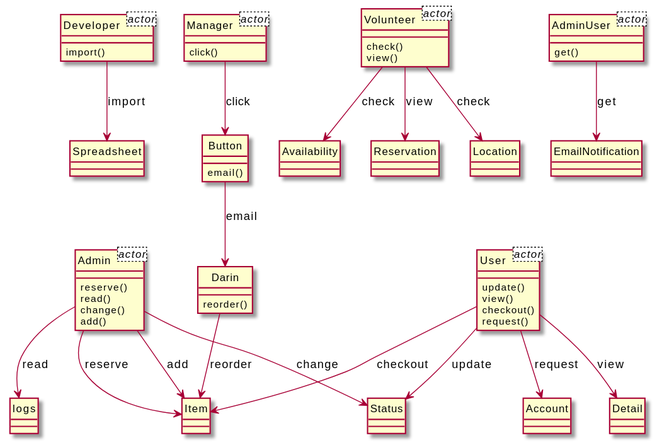
The PlantUML diagram output/diagram_5/2017-USC-Project02.svg in xixixhalu/DomainModelExtractor, before a commit.
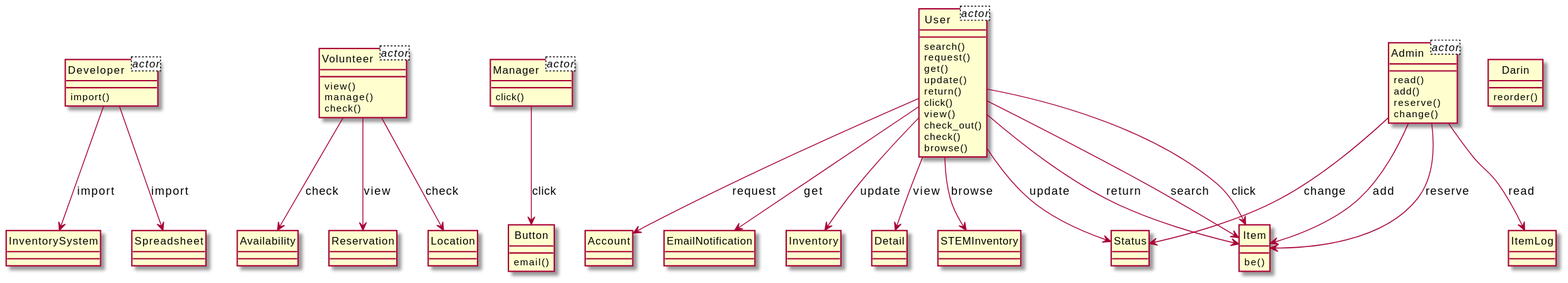
After the commit.

The edit, as a diff of the source:
```diff
@@ -1,8 +1,6 @@
 @startuml
 hide circle
 class Developer<actor> {
-}
-class Admin<actor> {
 }
 class Volunteer<actor> {
 }
@@ -10,31 +8,41 @@
 }
 class User<actor> {
 }
-class AdminUser<actor> {
+class Admin<actor> {
 }
-class Developer {
-	import()
+class User {
+	search()
+	request()
+	get()
+	update()
+	return()
+	click()
+	view()
+	check_out()
+	check()
+	browse()
 }
-class Spreadsheet {
+class STEMInventory {
+}
+class Admin {
+	read()
+	add()
+	reserve()
+	change()
+}
+class Item {
+	be()
 }
 class Volunteer {
+	view()
+	manage()
 	check()
-	view()
 }
 class Availability {
 }
-class Admin {
-	reserve()
-	read()
-	change()
-	add()
+class Reservation {
 }
-class Status {
-}
-class Darin {
-	reorder()
-}
-class Item {
+class ItemLog {
 }
 class Manager {
 	click()
@@ -42,41 +50,45 @@
 class Button {
 	email()
 }
-class User {
-	update()
-	view()
-	checkout()
-	request()
+class Developer {
+	import()
 }
-class AdminUser {
-	get()
+class InventorySystem {
+}
+class Location {
+}
+class Status {
+}
+class Account {
+}
+class Spreadsheet {
 }
 class EmailNotification {
 }
-class Account {
+class Darin {
+	reorder()
 }
-class Reservation {
-}
-class Location {
+class Inventory {
 }
 class Detail {
 }
-class logs {
-}
-AdminUser --> EmailNotification : get
-Admin --> logs : read
+User --> STEMInventory : browse
+Admin --> ItemLog : read
+Admin --> Status : change
+User --> Inventory : update
+Manager --> Button : click
+User --> Detail : view
+Admin --> Item : reserve
 Volunteer --> Availability : check
+Developer --> InventorySystem : import
+User --> Item : return
+Volunteer --> Location : check
+User --> Item : search
+Admin --> Item : add
+User --> Status : update
+User --> EmailNotification : get
+User --> Item : click
+User --> Account : request
+Developer --> Spreadsheet : import
 Volunteer --> Reservation : view
-Darin --> Item : reorder
-User --> Status : update
-User --> Account : request
-Button --> Darin : email
-Admin --> Item : reserve
-User --> Detail : view
-Developer --> Spreadsheet : import
-User --> Item : checkout
-Admin --> Item : add
-Volunteer --> Location : check
-Admin --> Status : change
-Manager --> Button : click
 @enduml
```
